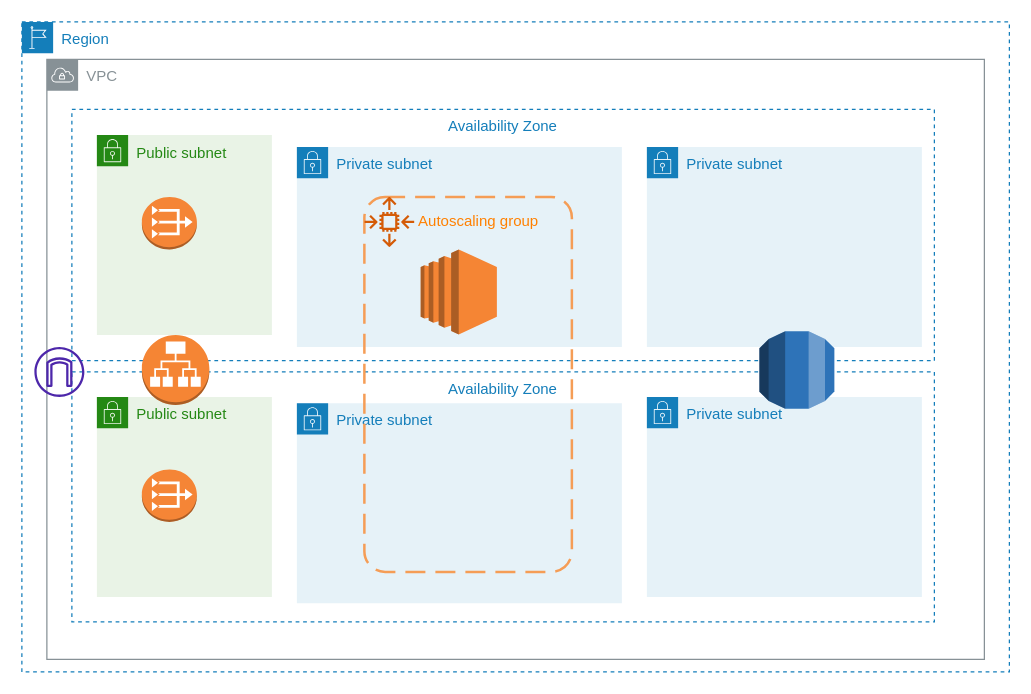
Earlier version of the draw.io diagram Assignment Task #2 /demo-infra/demo.drawio (yunoth/Axelerant-casework). Source tidied: cells renumbered, new cells numbered last; positions are measured from the earlier drawing's top-left corner, leaving out a move shared by most shapes. Both pictures are drawn from the tidied source at 125%, with x=0, y=0 at pixel (21, 21).
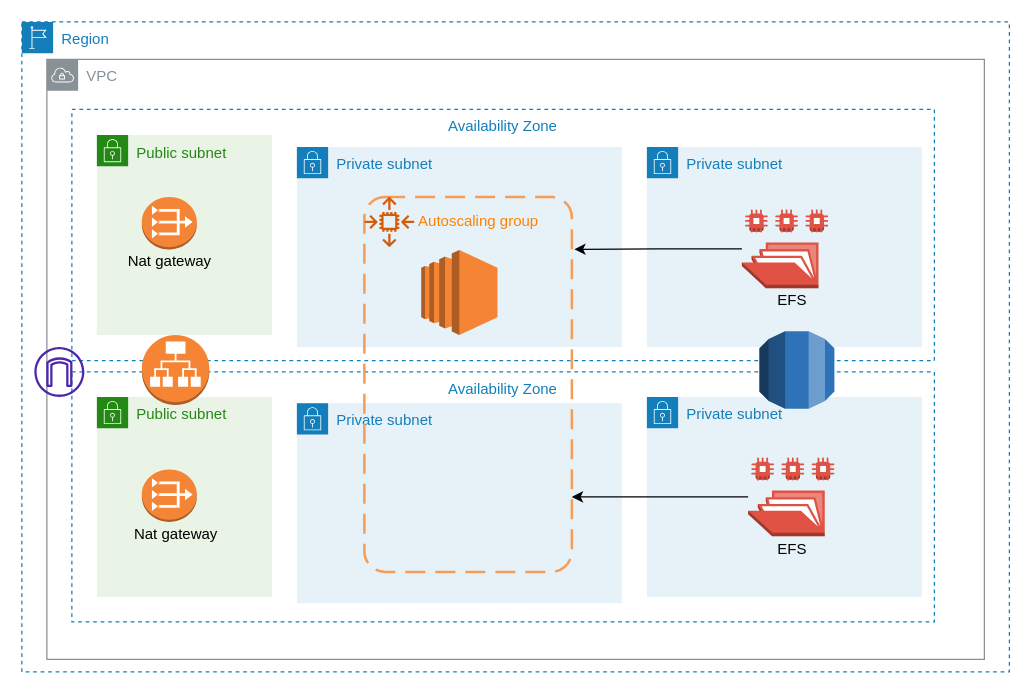
The same diagram, later.

The change refers to these unchanged cells:
```xml
<mxCell id="16" style="rounded=1;arcSize=10;dashed=1;strokeColor=#F59D56;fillColor=none;gradientColor=none;dashPattern=8 4;strokeWidth=2;" parent="1" vertex="1">
  <mxGeometry x="274" y="140" width="166" height="300" as="geometry" />
</mxCell>
```

Change to the diagram source:
```diff
@@
     <mxCell id="20" style="dashed=0;verticalLabelPosition=bottom;verticalAlign=top;align=center;html=1;shape=mxgraph.aws3.ec2;fillColor=#F58534;gradientColor=none;" parent="1" vertex="1">
-      <mxGeometry x="319" y="182" width="61" height="68" as="geometry" />
+      <mxGeometry x="319.5" y="182.5" width="61" height="68" as="geometry" />
     </mxCell>
+    <mxCell id="21" value="Nat gateway" style="text;html=1;align=center;verticalAlign=middle;strokeColor=none;fillColor=none;" parent="1" vertex="1">
+      <mxGeometry x="83" y="400" width="80" height="20" as="geometry" />
+    </mxCell>
+    <mxCell id="22" value="Nat gateway" style="text;html=1;align=center;verticalAlign=middle;strokeColor=none;fillColor=none;" parent="1" vertex="1">
+      <mxGeometry x="78" y="182" width="80" height="20" as="geometry" />
+    </mxCell>
+    <mxCell id="23" style="edgeStyle=orthogonalEdgeStyle;rounded=0;jettySize=auto;html=1;entryX=1.012;entryY=0.14;entryDx=0;entryDy=0;entryPerimeter=0;" parent="1" edge="1" source="24" target="16">
+      <mxGeometry relative="1" as="geometry" />
+    </mxCell>
+    <mxCell id="24" style="outlineConnect=0;dashed=0;verticalLabelPosition=bottom;verticalAlign=top;align=center;html=1;shape=mxgraph.aws3.efs_share;fillColor=#E05243;gradientColor=none;" parent="1" vertex="1">
+      <mxGeometry x="576" y="150" width="69" height="63" as="geometry" />
+    </mxCell>
+    <mxCell id="25" style="edgeStyle=orthogonalEdgeStyle;rounded=0;jettySize=auto;html=1;entryX=1;entryY=0.8;entryDx=0;entryDy=0;entryPerimeter=0;" parent="1" edge="1" source="26" target="16">
+      <mxGeometry relative="1" as="geometry" />
+    </mxCell>
+    <mxCell id="26" style="outlineConnect=0;dashed=0;verticalLabelPosition=bottom;verticalAlign=top;align=center;html=1;shape=mxgraph.aws3.efs_share;fillColor=#E05243;gradientColor=none;" parent="1" vertex="1">
+      <mxGeometry x="581" y="348.5" width="69" height="63" as="geometry" />
+    </mxCell>
+    <mxCell id="27" value="EFS" style="text;html=1;align=center;verticalAlign=middle;strokeColor=none;fillColor=none;" parent="1" vertex="1">
+      <mxGeometry x="595.5" y="213" width="40" height="20" as="geometry" />
+    </mxCell>
+    <mxCell id="28" value="EFS" style="text;html=1;align=center;verticalAlign=middle;strokeColor=none;fillColor=none;" parent="1" vertex="1">
+      <mxGeometry x="595.5" y="411.5" width="40" height="20" as="geometry" />
+    </mxCell>
```
